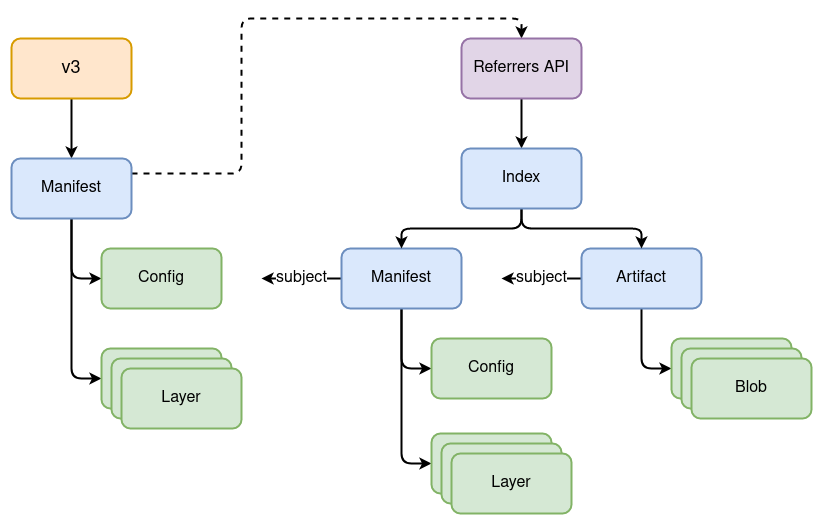
sudo-bmitch/presentations keeps this draw.io diagram as oci-referrers-2023/img/referrers-api.png. Above is the earlier version. Source tidied: cells renumbered, new cells last; positions are measured from the earlier drawing's top-left corner, leaving out a move shared by most shapes.
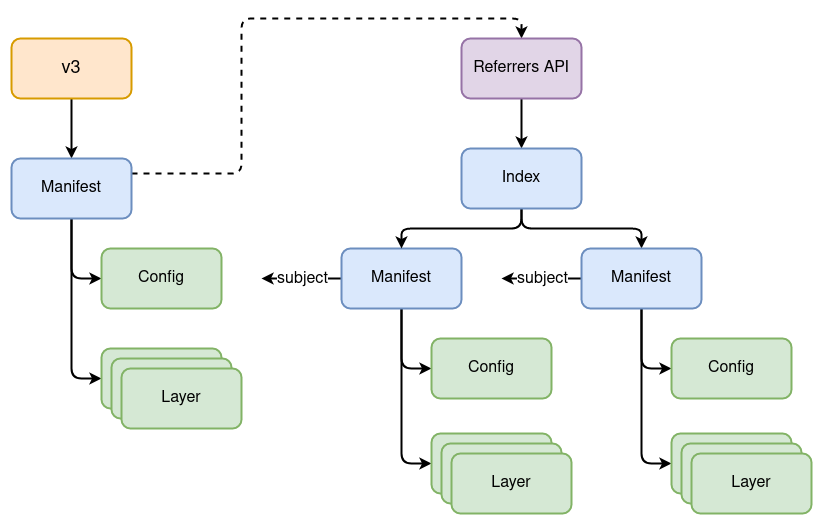
Later version of the same file.

Commit message:
OCI Referrers updates for OSSummit

Diff of the diagram source:
```diff
@@ -72,34 +72,40 @@
     <mxCell id="21" value="Referrers API" style="rounded=1;whiteSpace=wrap;html=1;strokeWidth=2;fillColor=#e1d5e7;strokeColor=#9673a6;fontSize=16;" parent="1" vertex="1">
       <mxGeometry x="450" y="20" width="120" height="60" as="geometry" />
     </mxCell>
-    <mxCell id="22" style="edgeStyle=orthogonalEdgeStyle;shape=connector;rounded=1;jettySize=auto;html=1;exitX=0.5;exitY=1;exitDx=0;exitDy=0;entryX=0;entryY=0.5;entryDx=0;entryDy=0;labelBackgroundColor=default;strokeColor=default;strokeWidth=2;fontFamily=Helvetica;fontSize=16;fontColor=default;endArrow=classic;" parent="1" edge="1" source="24" target="25">
-      <mxGeometry relative="1" as="geometry" />
-    </mxCell>
-    <mxCell id="23" value="subject" style="edgeStyle=orthogonalEdgeStyle;shape=connector;rounded=1;jettySize=auto;html=1;exitX=0;exitY=0.5;exitDx=0;exitDy=0;labelBackgroundColor=default;strokeColor=default;strokeWidth=2;fontFamily=Helvetica;fontSize=16;fontColor=default;endArrow=classic;" parent="1" edge="1" source="24">
-      <mxGeometry relative="1" as="geometry">
-        <mxPoint x="490" y="260" as="targetPoint" />
-      </mxGeometry>
-    </mxCell>
-    <mxCell id="24" value="Artifact" style="rounded=1;whiteSpace=wrap;html=1;strokeWidth=2;fillColor=#dae8fc;strokeColor=#6c8ebf;fontSize=16;" parent="1" vertex="1">
-      <mxGeometry x="570" y="230" width="120" height="60" as="geometry" />
-    </mxCell>
-    <mxCell id="25" value="Blob" style="rounded=1;whiteSpace=wrap;html=1;strokeWidth=2;fillColor=#d5e8d4;strokeColor=#82b366;fontSize=16;" parent="1" vertex="1">
-      <mxGeometry x="660" y="320" width="120" height="60" as="geometry" />
-    </mxCell>
-    <mxCell id="26" value="Blob" style="rounded=1;whiteSpace=wrap;html=1;strokeWidth=2;fillColor=#d5e8d4;strokeColor=#82b366;fontSize=16;" parent="1" vertex="1">
-      <mxGeometry x="670" y="330" width="120" height="60" as="geometry" />
-    </mxCell>
-    <mxCell id="27" value="Blob" style="rounded=1;whiteSpace=wrap;html=1;strokeWidth=2;fillColor=#d5e8d4;strokeColor=#82b366;fontSize=16;" parent="1" vertex="1">
-      <mxGeometry x="680" y="340" width="120" height="60" as="geometry" />
-    </mxCell>
     <mxCell id="28" style="edgeStyle=orthogonalEdgeStyle;shape=connector;rounded=1;jettySize=auto;html=1;exitX=0.5;exitY=1;exitDx=0;exitDy=0;entryX=0.5;entryY=0;entryDx=0;entryDy=0;labelBackgroundColor=default;strokeColor=default;strokeWidth=2;fontFamily=Helvetica;fontSize=16;fontColor=default;endArrow=classic;" parent="1" edge="1" source="30" target="15">
       <mxGeometry relative="1" as="geometry" />
     </mxCell>
-    <mxCell id="29" style="edgeStyle=orthogonalEdgeStyle;shape=connector;rounded=1;jettySize=auto;html=1;exitX=0.5;exitY=1;exitDx=0;exitDy=0;entryX=0.5;entryY=0;entryDx=0;entryDy=0;labelBackgroundColor=default;strokeColor=default;strokeWidth=2;fontFamily=Helvetica;fontSize=16;fontColor=default;endArrow=classic;" parent="1" edge="1" source="30" target="24">
+    <mxCell id="29" style="edgeStyle=orthogonalEdgeStyle;shape=connector;rounded=1;jettySize=auto;html=1;exitX=0.5;exitY=1;exitDx=0;exitDy=0;entryX=0.5;entryY=0;entryDx=0;entryDy=0;labelBackgroundColor=default;strokeColor=default;strokeWidth=2;fontFamily=Helvetica;fontSize=16;fontColor=default;endArrow=classic;" parent="1" edge="1" source="30" target="33">
       <mxGeometry relative="1" as="geometry" />
     </mxCell>
     <mxCell id="30" value="Index" style="rounded=1;whiteSpace=wrap;html=1;strokeWidth=2;fillColor=#dae8fc;strokeColor=#6c8ebf;fontSize=16;" parent="1" vertex="1">
       <mxGeometry x="450" y="130" width="120" height="60" as="geometry" />
     </mxCell>
+    <mxCell id="31" style="edgeStyle=orthogonalEdgeStyle;shape=connector;rounded=1;jettySize=auto;html=1;exitX=0.5;exitY=1;exitDx=0;exitDy=0;entryX=0;entryY=0.5;entryDx=0;entryDy=0;labelBackgroundColor=default;strokeColor=default;strokeWidth=2;fontFamily=Helvetica;fontSize=16;fontColor=default;endArrow=classic;" parent="1" edge="1" source="33" target="34">
+      <mxGeometry relative="1" as="geometry" />
+    </mxCell>
+    <mxCell id="32" style="edgeStyle=orthogonalEdgeStyle;shape=connector;rounded=1;jettySize=auto;html=1;exitX=0.5;exitY=1;exitDx=0;exitDy=0;entryX=0;entryY=0.5;entryDx=0;entryDy=0;labelBackgroundColor=default;strokeColor=default;strokeWidth=2;fontFamily=Helvetica;fontSize=16;fontColor=default;endArrow=classic;" parent="1" edge="1" source="33" target="37">
+      <mxGeometry relative="1" as="geometry" />
+    </mxCell>
+    <mxCell id="23" value="subject" style="edgeStyle=orthogonalEdgeStyle;shape=connector;rounded=1;jettySize=auto;html=1;exitX=0;exitY=0.5;exitDx=0;exitDy=0;labelBackgroundColor=default;strokeColor=default;strokeWidth=2;fontFamily=Helvetica;fontSize=16;fontColor=default;endArrow=classic;" parent="1" edge="1" source="33">
+      <mxGeometry relative="1" as="geometry">
+        <mxPoint x="490" y="260" as="targetPoint" />
+      </mxGeometry>
+    </mxCell>
+    <mxCell id="33" value="Manifest" style="rounded=1;whiteSpace=wrap;html=1;strokeWidth=2;fillColor=#dae8fc;strokeColor=#6c8ebf;fontSize=16;" parent="1" vertex="1">
+      <mxGeometry x="570" y="230" width="120" height="60" as="geometry" />
+    </mxCell>
+    <mxCell id="34" style="rounded=1;whiteSpace=wrap;html=1;strokeWidth=2;fillColor=#d5e8d4;strokeColor=#82b366;fontSize=16;" parent="1" vertex="1">
+      <mxGeometry x="660" y="415" width="120" height="60" as="geometry" />
+    </mxCell>
+    <mxCell id="35" style="rounded=1;whiteSpace=wrap;html=1;strokeWidth=2;fillColor=#d5e8d4;strokeColor=#82b366;fontSize=16;" parent="1" vertex="1">
+      <mxGeometry x="670" y="425" width="120" height="60" as="geometry" />
+    </mxCell>
+    <mxCell id="36" value="Layer" style="rounded=1;whiteSpace=wrap;html=1;strokeWidth=2;fillColor=#d5e8d4;strokeColor=#82b366;fontSize=16;" parent="1" vertex="1">
+      <mxGeometry x="680" y="435" width="120" height="60" as="geometry" />
+    </mxCell>
+    <mxCell id="37" value="Config" style="rounded=1;whiteSpace=wrap;html=1;strokeWidth=2;fillColor=#d5e8d4;strokeColor=#82b366;fontSize=16;" parent="1" vertex="1">
+      <mxGeometry x="660" y="320" width="120" height="60" as="geometry" />
+    </mxCell>
   </root>
 </mxGraphModel>
```
